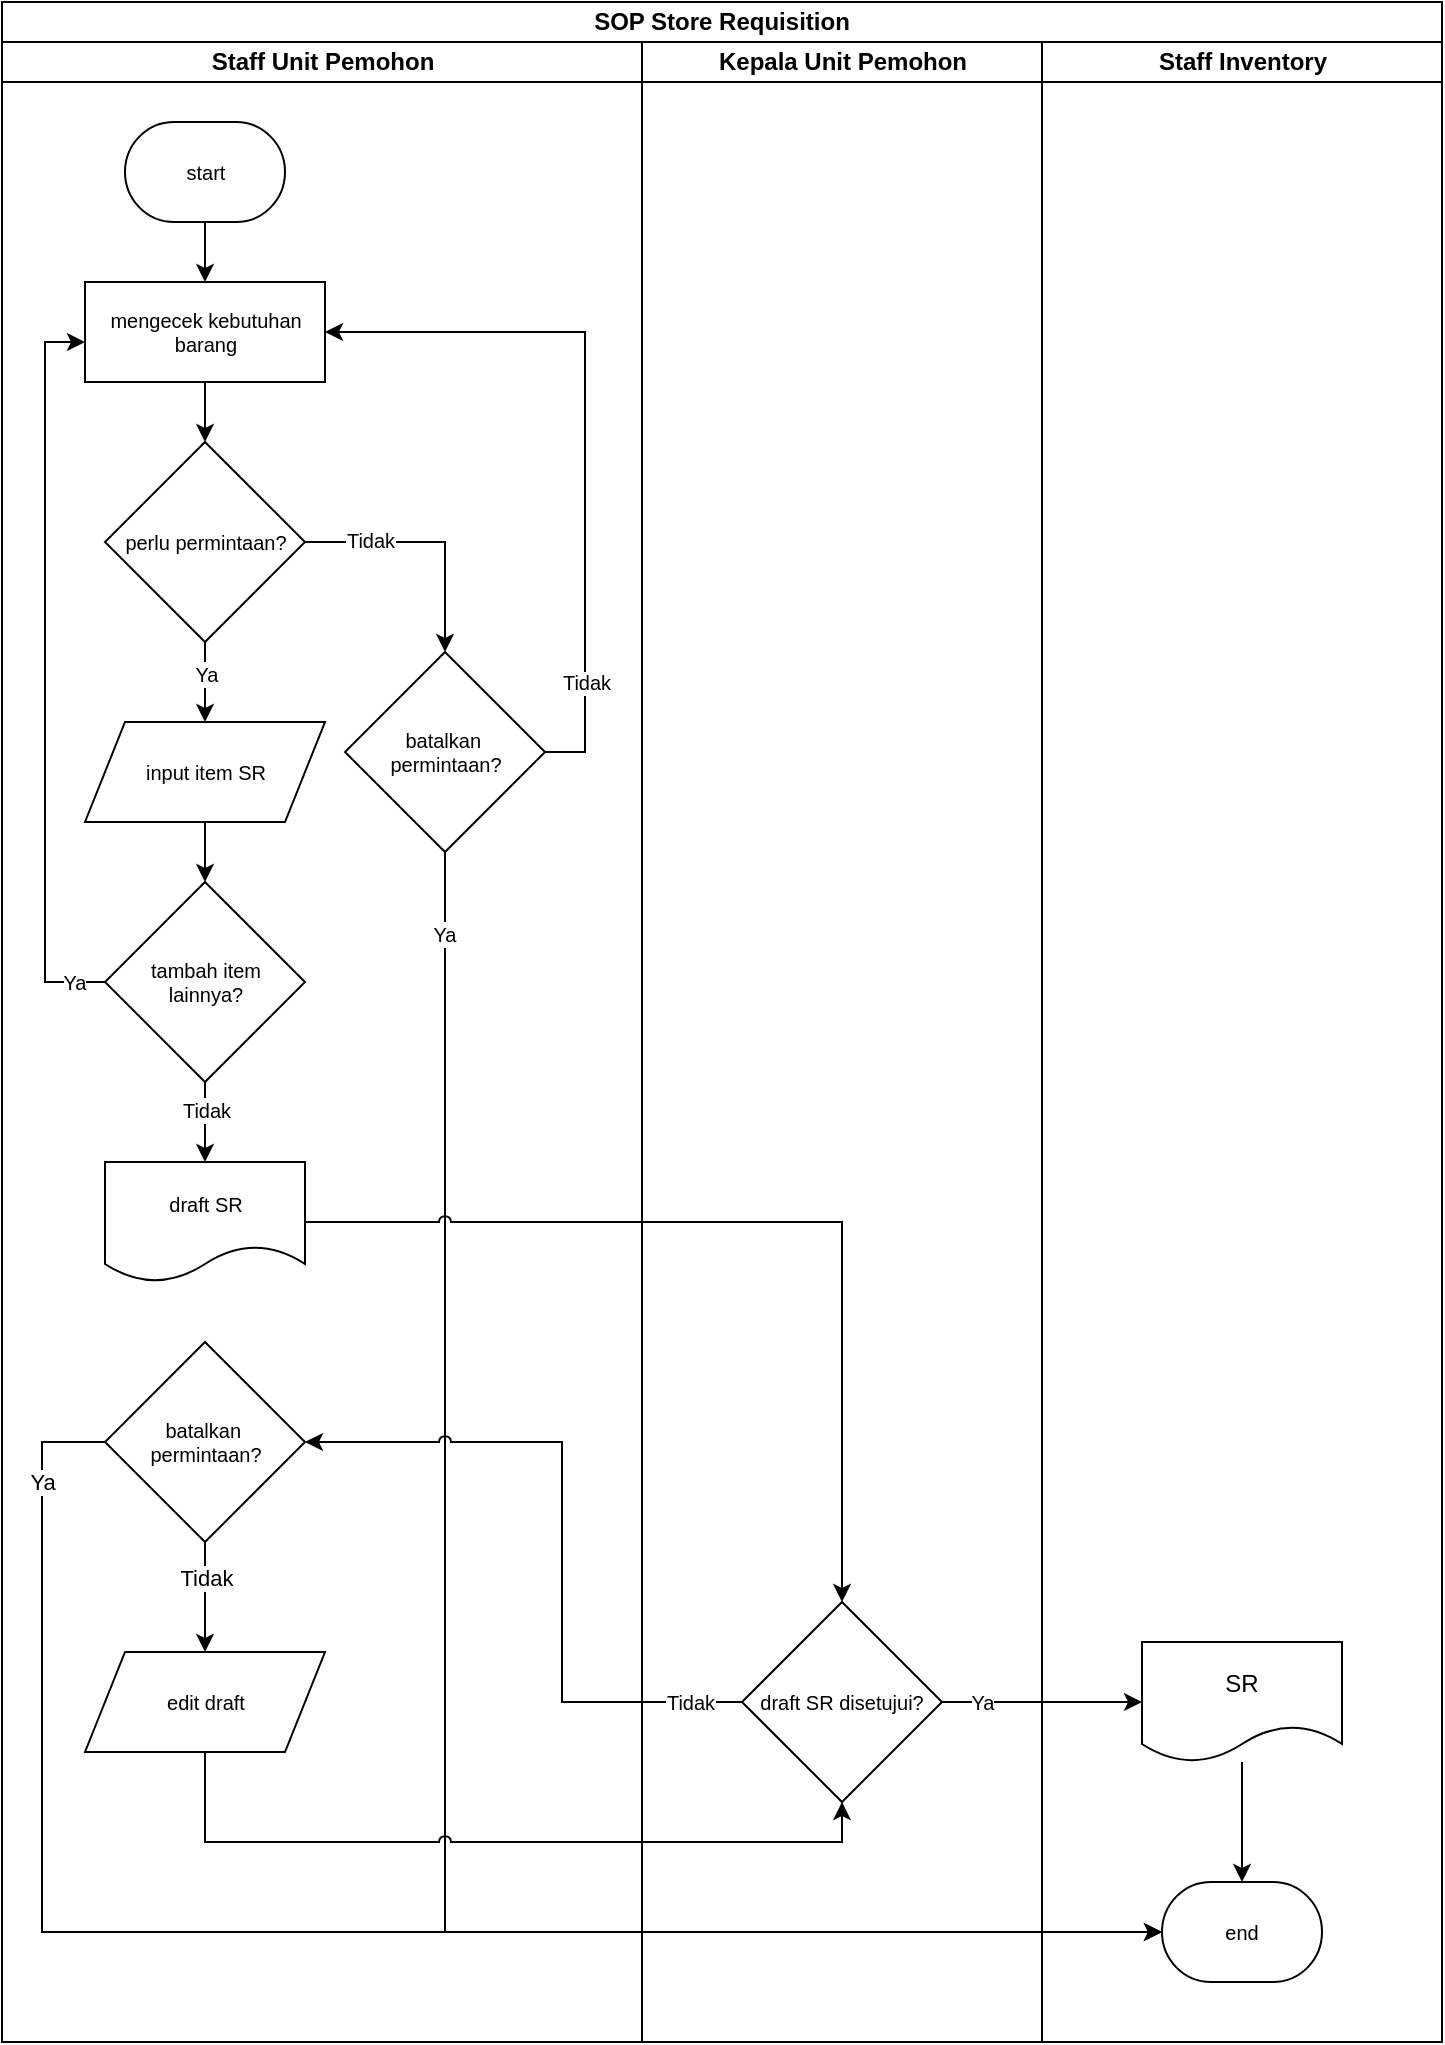
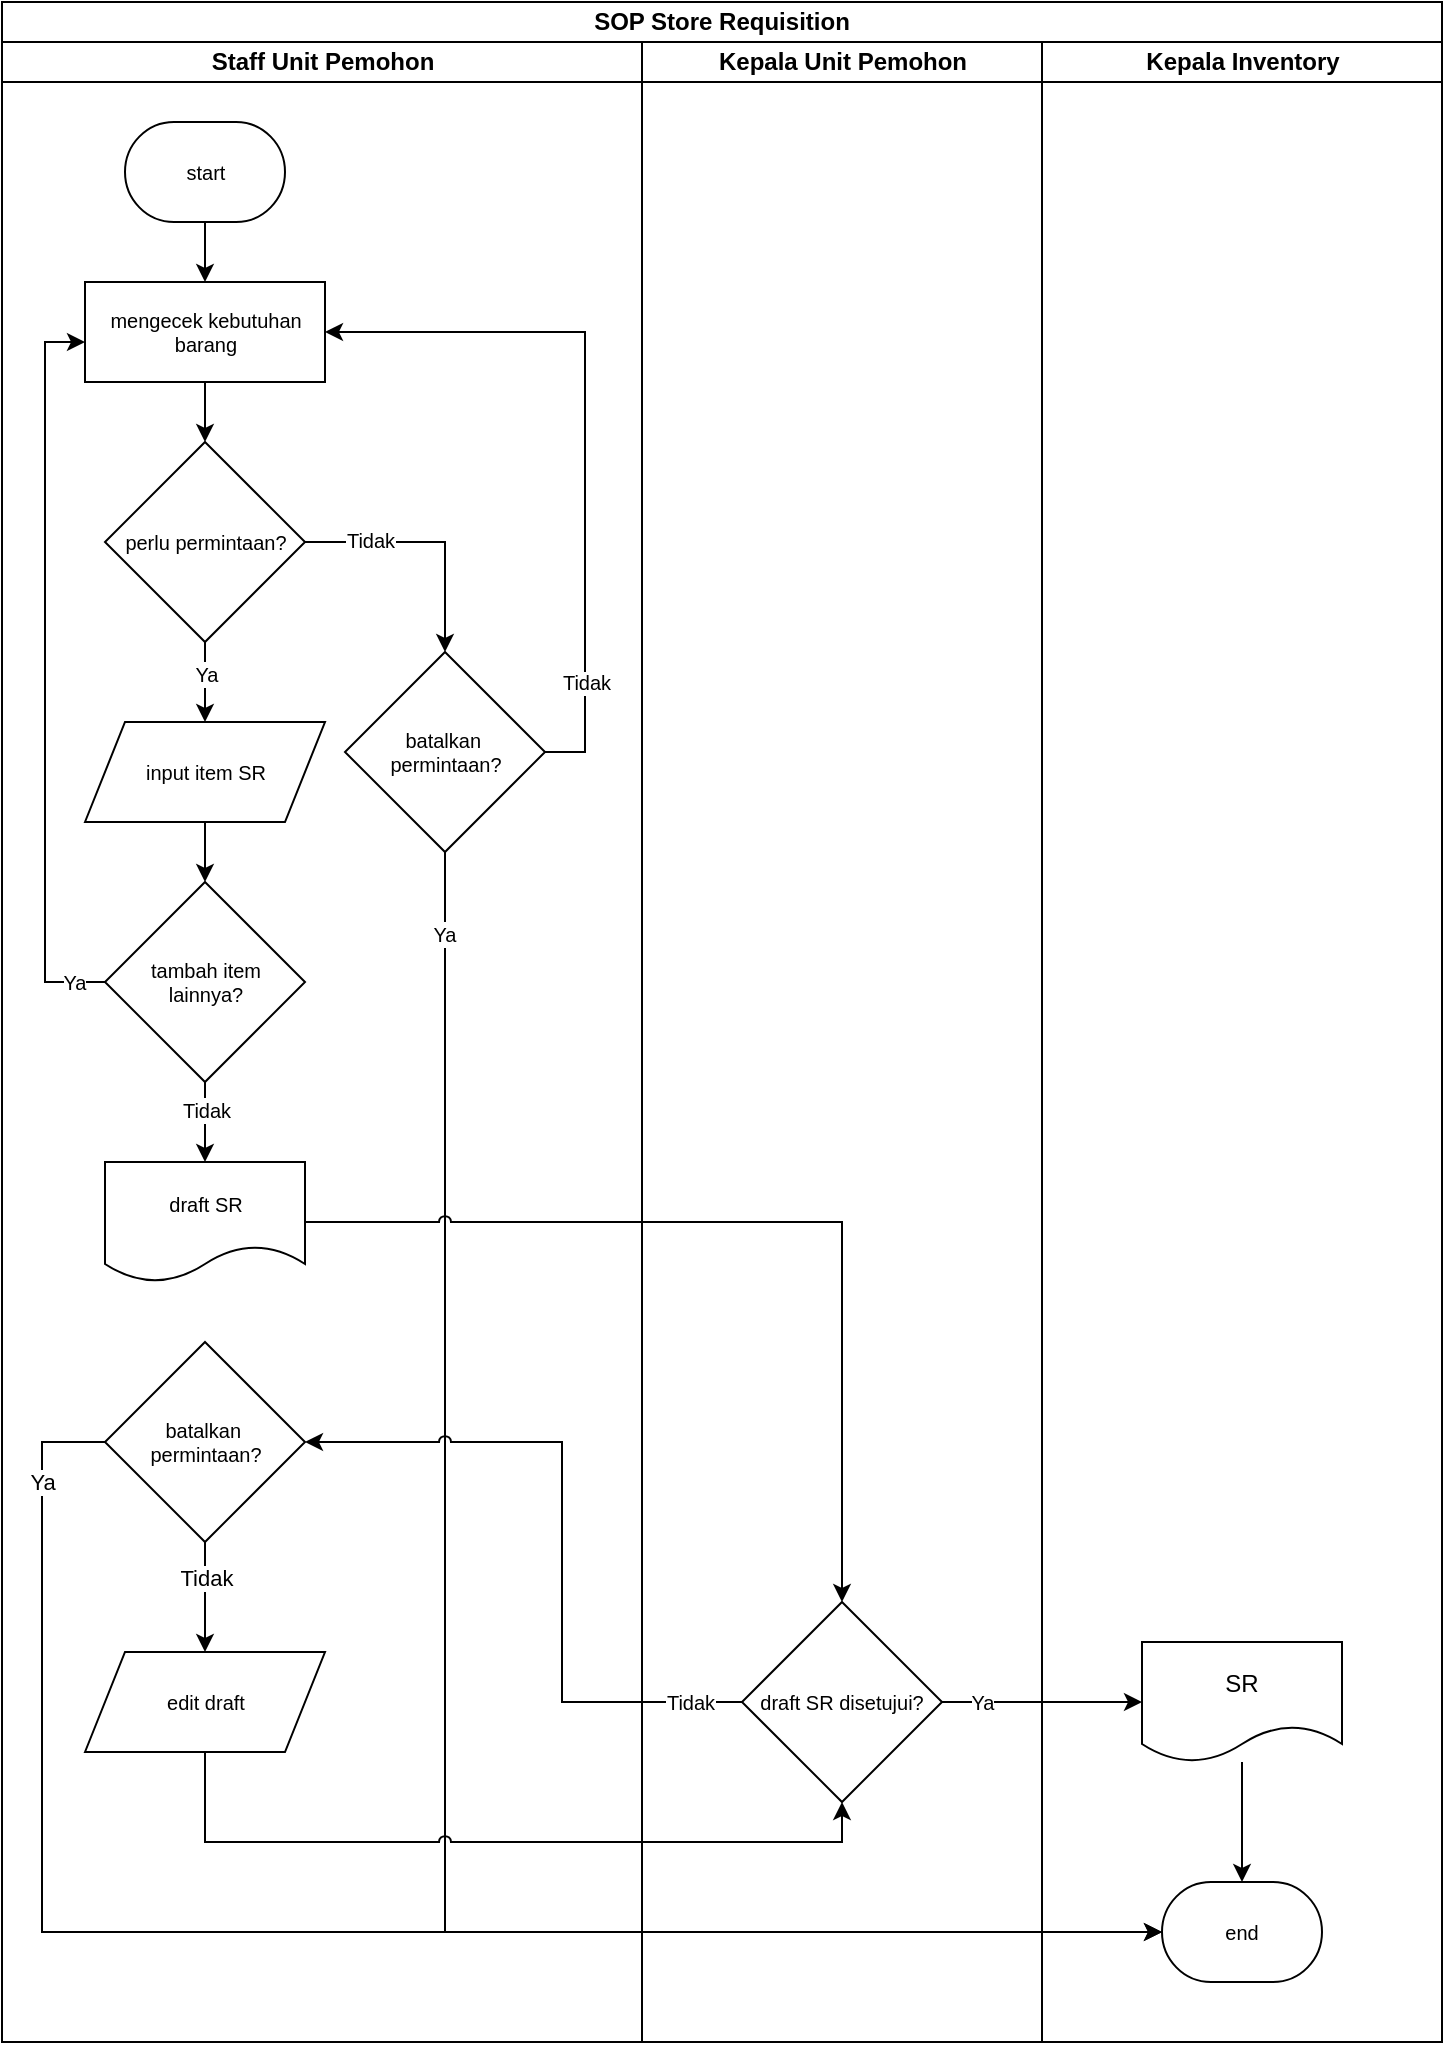
<mxfile host="app.diagrams.net" pages="3">
  <diagram name="SOP SR" id="mYAdajV0IufZudDyt58S">
-     <mxGraphModel dx="1775" dy="1000" grid="1" gridSize="10" guides="1" tooltips="1" connect="1" arrows="1" fold="1" page="1" pageScale="1" pageWidth="850" pageHeight="1100" math="0" shadow="0">
+     <mxGraphModel dx="592" dy="333" grid="1" gridSize="10" guides="1" tooltips="1" connect="1" arrows="1" fold="1" page="1" pageScale="1" pageWidth="850" pageHeight="1100" math="0" shadow="0">
      <root>
        <mxCell id="ewqPmyVIHkz6pLOVAfYW-0" />
        <mxCell id="ewqPmyVIHkz6pLOVAfYW-1" parent="ewqPmyVIHkz6pLOVAfYW-0" />
        <mxCell id="ewqPmyVIHkz6pLOVAfYW-2" parent="ewqPmyVIHkz6pLOVAfYW-1" style="swimlane;html=1;childLayout=stackLayout;resizeParent=1;resizeParentMax=0;startSize=20;whiteSpace=wrap;" value="SOP Store Requisition" vertex="1">
          <mxGeometry height="1020" width="720" x="600" y="330" as="geometry">
            <mxRectangle height="30" width="210" x="140" y="110" as="alternateBounds" />
          </mxGeometry>
        </mxCell>
        <mxCell id="ewqPmyVIHkz6pLOVAfYW-3" parent="ewqPmyVIHkz6pLOVAfYW-2" style="swimlane;html=1;startSize=20;" value="Staff Unit Pemohon" vertex="1">
          <mxGeometry height="1000" width="320" y="20" as="geometry" />
        </mxCell>
        <mxCell id="ewqPmyVIHkz6pLOVAfYW-4" parent="ewqPmyVIHkz6pLOVAfYW-3" style="strokeWidth=1;html=1;shape=mxgraph.flowchart.terminator;whiteSpace=wrap;fontSize=10;align=center;horizontal=1;spacing=0;" value="start" vertex="1">
          <mxGeometry height="50" width="80" x="61.5" y="40" as="geometry" />
        </mxCell>
        <mxCell id="ewqPmyVIHkz6pLOVAfYW-5" parent="ewqPmyVIHkz6pLOVAfYW-3" style="rounded=0;whiteSpace=wrap;html=1;absoluteArcSize=1;arcSize=7;strokeWidth=1;fontSize=10;" value="mengecek kebutuhan barang" vertex="1">
          <mxGeometry height="50" width="120" x="41.5" y="120" as="geometry" />
        </mxCell>
        <mxCell id="ewqPmyVIHkz6pLOVAfYW-6" edge="1" parent="ewqPmyVIHkz6pLOVAfYW-3" source="ewqPmyVIHkz6pLOVAfYW-5" style="edgeStyle=orthogonalEdgeStyle;rounded=0;orthogonalLoop=1;jettySize=auto;html=1;" value="">
          <mxGeometry relative="1" as="geometry">
            <mxPoint x="101.5" y="200" as="targetPoint" />
          </mxGeometry>
        </mxCell>
        <mxCell id="ewqPmyVIHkz6pLOVAfYW-7" edge="1" parent="ewqPmyVIHkz6pLOVAfYW-3" source="ewqPmyVIHkz6pLOVAfYW-4" style="edgeStyle=orthogonalEdgeStyle;rounded=0;orthogonalLoop=1;jettySize=auto;html=1;" target="ewqPmyVIHkz6pLOVAfYW-5" value="">
          <mxGeometry relative="1" as="geometry" />
        </mxCell>
        <mxCell id="ewqPmyVIHkz6pLOVAfYW-8" edge="1" parent="ewqPmyVIHkz6pLOVAfYW-3" source="ewqPmyVIHkz6pLOVAfYW-9" style="edgeStyle=orthogonalEdgeStyle;rounded=0;orthogonalLoop=1;jettySize=auto;html=1;entryX=0.5;entryY=0;entryDx=0;entryDy=0;" target="ewqPmyVIHkz6pLOVAfYW-14" value="">
          <mxGeometry relative="1" as="geometry">
            <mxPoint x="101.52564102564111" y="330" as="targetPoint" />
          </mxGeometry>
        </mxCell>
        <mxCell id="OhGSODvtPTQOCyl8h_7D-8" connectable="0" parent="ewqPmyVIHkz6pLOVAfYW-8" style="edgeLabel;html=1;align=center;verticalAlign=middle;resizable=0;points=[];" value="&lt;font style=&quot;font-size: 10px;&quot;&gt;Ya&lt;/font&gt;" vertex="1">
          <mxGeometry relative="1" x="-0.6444" y="-1" as="geometry">
            <mxPoint x="1" y="9" as="offset" />
          </mxGeometry>
        </mxCell>
        <mxCell id="ewqPmyVIHkz6pLOVAfYW-9" parent="ewqPmyVIHkz6pLOVAfYW-3" style="rhombus;whiteSpace=wrap;html=1;fontSize=10;" value="perlu permintaan?" vertex="1">
          <mxGeometry height="100" width="100" x="51.5" y="200" as="geometry" />
        </mxCell>
        <mxCell id="ewqPmyVIHkz6pLOVAfYW-10" edge="1" parent="ewqPmyVIHkz6pLOVAfYW-3" source="ewqPmyVIHkz6pLOVAfYW-14" style="edgeStyle=orthogonalEdgeStyle;rounded=0;orthogonalLoop=1;jettySize=auto;html=1;" target="ewqPmyVIHkz6pLOVAfYW-13" value="">
          <mxGeometry relative="1" as="geometry">
            <Array as="points" />
            <mxPoint x="101.5" y="380" as="sourcePoint" />
          </mxGeometry>
        </mxCell>
        <mxCell id="ewqPmyVIHkz6pLOVAfYW-11" edge="1" parent="ewqPmyVIHkz6pLOVAfYW-3" source="ewqPmyVIHkz6pLOVAfYW-13" style="edgeStyle=orthogonalEdgeStyle;rounded=0;orthogonalLoop=1;jettySize=auto;html=1;" target="ewqPmyVIHkz6pLOVAfYW-5">
          <mxGeometry relative="1" as="geometry">
            <Array as="points">
              <mxPoint x="21.5" y="470" />
              <mxPoint x="21.5" y="150" />
            </Array>
            <mxPoint x="101.5" y="110" as="targetPoint" />
          </mxGeometry>
        </mxCell>
        <mxCell id="OhGSODvtPTQOCyl8h_7D-11" connectable="0" parent="ewqPmyVIHkz6pLOVAfYW-11" style="edgeLabel;html=1;align=center;verticalAlign=middle;resizable=0;points=[];" value="&lt;font style=&quot;font-size: 10px;&quot;&gt;Ya&lt;/font&gt;" vertex="1">
          <mxGeometry relative="1" x="-0.913" as="geometry">
            <mxPoint as="offset" />
          </mxGeometry>
        </mxCell>
        <mxCell id="ewqPmyVIHkz6pLOVAfYW-12" edge="1" parent="ewqPmyVIHkz6pLOVAfYW-3" source="ewqPmyVIHkz6pLOVAfYW-13" style="edgeStyle=orthogonalEdgeStyle;rounded=0;orthogonalLoop=1;jettySize=auto;html=1;entryX=0.5;entryY=0;entryDx=0;entryDy=0;" target="ewqPmyVIHkz6pLOVAfYW-15" value="">
          <mxGeometry relative="1" as="geometry">
            <mxPoint x="101.5" y="550" as="targetPoint" />
          </mxGeometry>
        </mxCell>
        <mxCell id="OhGSODvtPTQOCyl8h_7D-13" connectable="0" parent="ewqPmyVIHkz6pLOVAfYW-12" style="edgeLabel;html=1;align=center;verticalAlign=middle;resizable=0;points=[];" value="&lt;font style=&quot;font-size: 10px;&quot;&gt;Tidak&lt;/font&gt;" vertex="1">
          <mxGeometry relative="1" x="-0.49" y="-1" as="geometry">
            <mxPoint x="1" y="4" as="offset" />
          </mxGeometry>
        </mxCell>
        <mxCell id="ewqPmyVIHkz6pLOVAfYW-13" parent="ewqPmyVIHkz6pLOVAfYW-3" style="rhombus;whiteSpace=wrap;html=1;fontSize=10;" value="tambah item&lt;div&gt;lainnya?&lt;/div&gt;" vertex="1">
          <mxGeometry height="100" width="100" x="51.5" y="420" as="geometry" />
        </mxCell>
        <mxCell id="ewqPmyVIHkz6pLOVAfYW-14" parent="ewqPmyVIHkz6pLOVAfYW-3" style="shape=parallelogram;perimeter=parallelogramPerimeter;whiteSpace=wrap;html=1;fixedSize=1;" value="&lt;div style=&quot;&quot;&gt;&lt;span style=&quot;font-size: 10px;&quot;&gt;input item SR&lt;/span&gt;&lt;/div&gt;" vertex="1">
          <mxGeometry height="50" width="120" x="41.5" y="340" as="geometry" />
        </mxCell>
        <mxCell id="ewqPmyVIHkz6pLOVAfYW-15" parent="ewqPmyVIHkz6pLOVAfYW-3" style="shape=document;whiteSpace=wrap;html=1;boundedLbl=1;" value="&lt;font style=&quot;font-size: 10px;&quot;&gt;draft SR&lt;/font&gt;" vertex="1">
          <mxGeometry height="60" width="100" x="51.5" y="560" as="geometry" />
        </mxCell>
        <mxCell id="ewqPmyVIHkz6pLOVAfYW-18" edge="1" parent="ewqPmyVIHkz6pLOVAfYW-3" source="ewqPmyVIHkz6pLOVAfYW-9" style="edgeStyle=orthogonalEdgeStyle;rounded=0;orthogonalLoop=1;jettySize=auto;html=1;" target="ewqPmyVIHkz6pLOVAfYW-20">
          <mxGeometry relative="1" as="geometry">
            <Array as="points">
              <mxPoint x="221.5" y="250" />
            </Array>
          </mxGeometry>
        </mxCell>
        <mxCell id="OhGSODvtPTQOCyl8h_7D-7" connectable="0" parent="ewqPmyVIHkz6pLOVAfYW-18" style="edgeLabel;html=1;align=center;verticalAlign=middle;resizable=0;points=[];" value="&lt;span style=&quot;font-size: 10px; white-space: normal;&quot;&gt;Tidak&lt;/span&gt;" vertex="1">
          <mxGeometry relative="1" x="-0.4896" y="1" as="geometry">
            <mxPoint as="offset" />
          </mxGeometry>
        </mxCell>
        <mxCell id="ewqPmyVIHkz6pLOVAfYW-19" edge="1" parent="ewqPmyVIHkz6pLOVAfYW-3" source="ewqPmyVIHkz6pLOVAfYW-20" style="edgeStyle=orthogonalEdgeStyle;rounded=0;orthogonalLoop=1;jettySize=auto;html=1;" target="ewqPmyVIHkz6pLOVAfYW-5">
          <mxGeometry relative="1" as="geometry">
            <Array as="points">
              <mxPoint x="291.5" y="355" />
              <mxPoint x="291.5" y="145" />
            </Array>
          </mxGeometry>
        </mxCell>
        <mxCell id="OhGSODvtPTQOCyl8h_7D-6" connectable="0" parent="ewqPmyVIHkz6pLOVAfYW-19" style="edgeLabel;html=1;align=center;verticalAlign=middle;resizable=0;points=[];fontSize=10;" value="Tidak" vertex="1">
          <mxGeometry relative="1" x="-0.5585" as="geometry">
            <mxPoint y="24" as="offset" />
          </mxGeometry>
        </mxCell>
        <mxCell id="ewqPmyVIHkz6pLOVAfYW-20" parent="ewqPmyVIHkz6pLOVAfYW-3" style="rhombus;whiteSpace=wrap;html=1;fontSize=10;" value="batalkan&amp;nbsp;&lt;div&gt;permintaan?&lt;/div&gt;" vertex="1">
          <mxGeometry height="100" width="100" x="171.5" y="305" as="geometry" />
        </mxCell>
        <mxCell id="OhGSODvtPTQOCyl8h_7D-17" edge="1" parent="ewqPmyVIHkz6pLOVAfYW-3" source="OhGSODvtPTQOCyl8h_7D-0" style="edgeStyle=orthogonalEdgeStyle;rounded=0;orthogonalLoop=1;jettySize=auto;html=1;entryX=0.5;entryY=0;entryDx=0;entryDy=0;" target="ewqPmyVIHkz6pLOVAfYW-17">
          <mxGeometry relative="1" as="geometry" />
        </mxCell>
        <mxCell id="OhGSODvtPTQOCyl8h_7D-18" connectable="0" parent="OhGSODvtPTQOCyl8h_7D-17" style="edgeLabel;html=1;align=center;verticalAlign=middle;resizable=0;points=[];" value="Tidak" vertex="1">
          <mxGeometry relative="1" x="-0.3527" as="geometry">
            <mxPoint as="offset" />
          </mxGeometry>
        </mxCell>
        <mxCell id="OhGSODvtPTQOCyl8h_7D-0" parent="ewqPmyVIHkz6pLOVAfYW-3" style="rhombus;whiteSpace=wrap;html=1;fontSize=10;" value="batalkan&amp;nbsp;&lt;div&gt;permintaan?&lt;/div&gt;" vertex="1">
          <mxGeometry height="100" width="100" x="51.5" y="650" as="geometry" />
        </mxCell>
        <mxCell id="ewqPmyVIHkz6pLOVAfYW-17" parent="ewqPmyVIHkz6pLOVAfYW-3" style="shape=parallelogram;perimeter=parallelogramPerimeter;whiteSpace=wrap;html=1;fixedSize=1;" value="&lt;span style=&quot;font-size: 10px;&quot;&gt;edit draft&lt;/span&gt;" vertex="1">
          <mxGeometry height="50" width="120" x="41.5" y="805" as="geometry" />
        </mxCell>
        <mxCell id="ewqPmyVIHkz6pLOVAfYW-27" parent="ewqPmyVIHkz6pLOVAfYW-2" style="swimlane;html=1;startSize=20;" value="Kepala Unit Pemohon" vertex="1">
          <mxGeometry height="1000" width="200" x="320" y="20" as="geometry" />
        </mxCell>
-         <mxCell id="ewqPmyVIHkz6pLOVAfYW-31" parent="ewqPmyVIHkz6pLOVAfYW-2" style="swimlane;html=1;startSize=20;" value="Staff Inventory" vertex="1">
+         <mxCell id="ewqPmyVIHkz6pLOVAfYW-31" parent="ewqPmyVIHkz6pLOVAfYW-2" style="swimlane;html=1;startSize=20;" value="Kepala Inventory" vertex="1">
          <mxGeometry height="1000" width="200" x="520" y="20" as="geometry">
            <mxRectangle height="810" width="40" x="490" y="20" as="alternateBounds" />
          </mxGeometry>
        </mxCell>
        <mxCell id="ewqPmyVIHkz6pLOVAfYW-28" parent="ewqPmyVIHkz6pLOVAfYW-31" style="rhombus;whiteSpace=wrap;html=1;fontSize=10;" value="draft SR disetujui?" vertex="1">
          <mxGeometry height="100" width="100" x="-150" y="780" as="geometry" />
        </mxCell>
        <mxCell id="ewqPmyVIHkz6pLOVAfYW-32" edge="1" parent="ewqPmyVIHkz6pLOVAfYW-31" source="ewqPmyVIHkz6pLOVAfYW-33" style="edgeStyle=orthogonalEdgeStyle;rounded=0;orthogonalLoop=1;jettySize=auto;html=1;" target="ewqPmyVIHkz6pLOVAfYW-34" value="">
          <mxGeometry relative="1" as="geometry" />
        </mxCell>
        <mxCell id="ewqPmyVIHkz6pLOVAfYW-33" parent="ewqPmyVIHkz6pLOVAfYW-31" style="shape=document;whiteSpace=wrap;html=1;boundedLbl=1;" value="SR" vertex="1">
          <mxGeometry height="60" width="100" x="50" y="800" as="geometry" />
        </mxCell>
        <mxCell id="ewqPmyVIHkz6pLOVAfYW-34" parent="ewqPmyVIHkz6pLOVAfYW-31" style="strokeWidth=1;html=1;shape=mxgraph.flowchart.terminator;whiteSpace=wrap;fontSize=10;align=center;horizontal=1;spacing=0;" value="end" vertex="1">
          <mxGeometry height="50" width="80" x="60" y="920" as="geometry" />
        </mxCell>
        <mxCell id="ewqPmyVIHkz6pLOVAfYW-36" edge="1" parent="ewqPmyVIHkz6pLOVAfYW-31" source="ewqPmyVIHkz6pLOVAfYW-28" style="edgeStyle=orthogonalEdgeStyle;rounded=0;orthogonalLoop=1;jettySize=auto;html=1;" target="ewqPmyVIHkz6pLOVAfYW-33" value="">
          <mxGeometry relative="1" as="geometry" />
        </mxCell>
        <mxCell id="OhGSODvtPTQOCyl8h_7D-15" connectable="0" parent="ewqPmyVIHkz6pLOVAfYW-36" style="edgeLabel;html=1;align=center;verticalAlign=middle;resizable=0;points=[];" value="&lt;font style=&quot;font-size: 10px;&quot;&gt;Ya&lt;/font&gt;" vertex="1">
          <mxGeometry relative="1" x="-0.479" y="1" as="geometry">
            <mxPoint x="-6" y="1" as="offset" />
          </mxGeometry>
        </mxCell>
        <mxCell id="ewqPmyVIHkz6pLOVAfYW-38" edge="1" parent="ewqPmyVIHkz6pLOVAfYW-2" source="ewqPmyVIHkz6pLOVAfYW-20" style="edgeStyle=orthogonalEdgeStyle;rounded=0;orthogonalLoop=1;jettySize=auto;html=1;jumpStyle=arc;" target="ewqPmyVIHkz6pLOVAfYW-34">
          <mxGeometry relative="1" as="geometry">
            <Array as="points">
              <mxPoint x="222" y="965" />
            </Array>
          </mxGeometry>
        </mxCell>
        <mxCell id="OhGSODvtPTQOCyl8h_7D-10" connectable="0" parent="ewqPmyVIHkz6pLOVAfYW-38" style="edgeLabel;html=1;align=center;verticalAlign=middle;resizable=0;points=[];" value="&lt;font style=&quot;font-size: 10px;&quot;&gt;Ya&lt;/font&gt;" vertex="1">
          <mxGeometry relative="1" x="-0.9101" y="-1" as="geometry">
            <mxPoint as="offset" />
          </mxGeometry>
        </mxCell>
        <mxCell id="OhGSODvtPTQOCyl8h_7D-1" edge="1" parent="ewqPmyVIHkz6pLOVAfYW-2" source="OhGSODvtPTQOCyl8h_7D-0" style="edgeStyle=orthogonalEdgeStyle;rounded=0;orthogonalLoop=1;jettySize=auto;html=1;entryX=0;entryY=0.5;entryDx=0;entryDy=0;entryPerimeter=0;jumpStyle=arc;" target="ewqPmyVIHkz6pLOVAfYW-34">
          <mxGeometry relative="1" as="geometry">
            <Array as="points">
              <mxPoint x="20" y="720" />
              <mxPoint x="20" y="965" />
            </Array>
          </mxGeometry>
        </mxCell>
        <mxCell id="OhGSODvtPTQOCyl8h_7D-2" connectable="0" parent="OhGSODvtPTQOCyl8h_7D-1" style="edgeLabel;html=1;align=center;verticalAlign=middle;resizable=0;points=[];" value="Ya" vertex="1">
          <mxGeometry relative="1" x="-0.9591" y="-1" as="geometry">
            <mxPoint x="-15" y="21" as="offset" />
          </mxGeometry>
        </mxCell>
        <mxCell id="ewqPmyVIHkz6pLOVAfYW-37" edge="1" parent="ewqPmyVIHkz6pLOVAfYW-2" source="ewqPmyVIHkz6pLOVAfYW-28" style="edgeStyle=orthogonalEdgeStyle;rounded=0;orthogonalLoop=1;jettySize=auto;html=1;jumpStyle=arc;entryX=1;entryY=0.5;entryDx=0;entryDy=0;" target="OhGSODvtPTQOCyl8h_7D-0">
          <mxGeometry relative="1" as="geometry">
            <Array as="points">
              <mxPoint x="280" y="850" />
              <mxPoint x="280" y="720" />
            </Array>
            <mxPoint x="260" y="770" as="targetPoint" />
          </mxGeometry>
        </mxCell>
        <mxCell id="OhGSODvtPTQOCyl8h_7D-14" connectable="0" parent="ewqPmyVIHkz6pLOVAfYW-37" style="edgeLabel;html=1;align=center;verticalAlign=middle;resizable=0;points=[];" value="&lt;font style=&quot;font-size: 10px;&quot;&gt;Tidak&lt;/font&gt;" vertex="1">
          <mxGeometry relative="1" x="-0.7459" as="geometry">
            <mxPoint x="18" as="offset" />
          </mxGeometry>
        </mxCell>
        <mxCell id="OhGSODvtPTQOCyl8h_7D-16" edge="1" parent="ewqPmyVIHkz6pLOVAfYW-2" source="ewqPmyVIHkz6pLOVAfYW-15" style="edgeStyle=orthogonalEdgeStyle;rounded=0;orthogonalLoop=1;jettySize=auto;html=1;entryX=0.5;entryY=0;entryDx=0;entryDy=0;jumpStyle=arc;" target="ewqPmyVIHkz6pLOVAfYW-28">
          <mxGeometry relative="1" as="geometry" />
        </mxCell>
        <mxCell id="OhGSODvtPTQOCyl8h_7D-19" edge="1" parent="ewqPmyVIHkz6pLOVAfYW-2" source="ewqPmyVIHkz6pLOVAfYW-17" style="edgeStyle=orthogonalEdgeStyle;rounded=0;orthogonalLoop=1;jettySize=auto;html=1;entryX=0.5;entryY=1;entryDx=0;entryDy=0;jumpStyle=arc;" target="ewqPmyVIHkz6pLOVAfYW-28">
          <mxGeometry relative="1" as="geometry">
            <Array as="points">
              <mxPoint x="102" y="920" />
              <mxPoint x="420" y="920" />
            </Array>
          </mxGeometry>
        </mxCell>
      </root>
    </mxGraphModel>
  </diagram>
  <diagram id="iY6tvMLdhy0T95_MDdYN" name="SOP DR">
    <mxGraphModel dx="1148" dy="647" grid="1" gridSize="10" guides="1" tooltips="1" connect="1" arrows="1" fold="1" page="1" pageScale="1" pageWidth="850" pageHeight="1100" math="0" shadow="0">
      <root>
        <mxCell id="0" />
        <mxCell id="1" parent="0" />
        <mxCell id="5M5MrZl71IJUrKHyCWEb-1" parent="1" style="swimlane;html=1;childLayout=stackLayout;resizeParent=1;resizeParentMax=0;startSize=20;whiteSpace=wrap;" value="SOP Delivery Requisition" vertex="1">
          <mxGeometry height="1020" width="720" x="320" y="290" as="geometry">
            <mxRectangle height="30" width="210" x="140" y="110" as="alternateBounds" />
          </mxGeometry>
        </mxCell>
        <mxCell id="5M5MrZl71IJUrKHyCWEb-2" parent="5M5MrZl71IJUrKHyCWEb-1" style="swimlane;html=1;startSize=20;" value="Staff Unit Pemohon" vertex="1">
          <mxGeometry height="1000" width="320" y="20" as="geometry" />
        </mxCell>
        <mxCell id="5M5MrZl71IJUrKHyCWEb-3" parent="5M5MrZl71IJUrKHyCWEb-2" style="strokeWidth=1;html=1;shape=mxgraph.flowchart.terminator;whiteSpace=wrap;fontSize=10;align=center;horizontal=1;spacing=0;" value="start" vertex="1">
          <mxGeometry height="50" width="80" x="61.5" y="40" as="geometry" />
        </mxCell>
        <mxCell id="5M5MrZl71IJUrKHyCWEb-4" parent="5M5MrZl71IJUrKHyCWEb-2" style="rounded=0;whiteSpace=wrap;html=1;absoluteArcSize=1;arcSize=7;strokeWidth=1;fontSize=10;" value="mengecek kebutuhan barang" vertex="1">
          <mxGeometry height="50" width="120" x="41.5" y="120" as="geometry" />
        </mxCell>
        <mxCell id="5M5MrZl71IJUrKHyCWEb-5" edge="1" parent="5M5MrZl71IJUrKHyCWEb-2" source="5M5MrZl71IJUrKHyCWEb-4" style="edgeStyle=orthogonalEdgeStyle;rounded=0;orthogonalLoop=1;jettySize=auto;html=1;" value="">
          <mxGeometry relative="1" as="geometry">
            <mxPoint x="101.5" y="200" as="targetPoint" />
          </mxGeometry>
        </mxCell>
        <mxCell id="5M5MrZl71IJUrKHyCWEb-6" edge="1" parent="5M5MrZl71IJUrKHyCWEb-2" source="5M5MrZl71IJUrKHyCWEb-3" style="edgeStyle=orthogonalEdgeStyle;rounded=0;orthogonalLoop=1;jettySize=auto;html=1;" target="5M5MrZl71IJUrKHyCWEb-4" value="">
          <mxGeometry relative="1" as="geometry" />
        </mxCell>
        <mxCell id="5M5MrZl71IJUrKHyCWEb-7" edge="1" parent="5M5MrZl71IJUrKHyCWEb-2" source="5M5MrZl71IJUrKHyCWEb-9" style="edgeStyle=orthogonalEdgeStyle;rounded=0;orthogonalLoop=1;jettySize=auto;html=1;entryX=0.5;entryY=0;entryDx=0;entryDy=0;" target="5M5MrZl71IJUrKHyCWEb-16" value="">
          <mxGeometry relative="1" as="geometry">
            <mxPoint x="101.52564102564111" y="330" as="targetPoint" />
          </mxGeometry>
        </mxCell>
        <mxCell id="5M5MrZl71IJUrKHyCWEb-8" connectable="0" parent="5M5MrZl71IJUrKHyCWEb-7" style="edgeLabel;html=1;align=center;verticalAlign=middle;resizable=0;points=[];" value="&lt;font style=&quot;font-size: 10px;&quot;&gt;Ya&lt;/font&gt;" vertex="1">
          <mxGeometry relative="1" x="-0.6444" y="-1" as="geometry">
            <mxPoint x="1" y="9" as="offset" />
          </mxGeometry>
        </mxCell>
        <mxCell id="5M5MrZl71IJUrKHyCWEb-9" parent="5M5MrZl71IJUrKHyCWEb-2" style="rhombus;whiteSpace=wrap;html=1;fontSize=10;" value="perlu permintaan?" vertex="1">
          <mxGeometry height="100" width="100" x="51.5" y="200" as="geometry" />
        </mxCell>
        <mxCell id="5M5MrZl71IJUrKHyCWEb-10" edge="1" parent="5M5MrZl71IJUrKHyCWEb-2" source="5M5MrZl71IJUrKHyCWEb-16" style="edgeStyle=orthogonalEdgeStyle;rounded=0;orthogonalLoop=1;jettySize=auto;html=1;" target="5M5MrZl71IJUrKHyCWEb-15" value="">
          <mxGeometry relative="1" as="geometry">
            <Array as="points" />
            <mxPoint x="101.5" y="380" as="sourcePoint" />
          </mxGeometry>
        </mxCell>
        <mxCell id="5M5MrZl71IJUrKHyCWEb-11" edge="1" parent="5M5MrZl71IJUrKHyCWEb-2" source="5M5MrZl71IJUrKHyCWEb-15" style="edgeStyle=orthogonalEdgeStyle;rounded=0;orthogonalLoop=1;jettySize=auto;html=1;" target="5M5MrZl71IJUrKHyCWEb-4">
          <mxGeometry relative="1" as="geometry">
            <Array as="points">
              <mxPoint x="21.5" y="470" />
              <mxPoint x="21.5" y="150" />
            </Array>
            <mxPoint x="101.5" y="110" as="targetPoint" />
          </mxGeometry>
        </mxCell>
        <mxCell id="5M5MrZl71IJUrKHyCWEb-12" connectable="0" parent="5M5MrZl71IJUrKHyCWEb-11" style="edgeLabel;html=1;align=center;verticalAlign=middle;resizable=0;points=[];" value="&lt;font style=&quot;font-size: 10px;&quot;&gt;Ya&lt;/font&gt;" vertex="1">
          <mxGeometry relative="1" x="-0.913" as="geometry">
            <mxPoint as="offset" />
          </mxGeometry>
        </mxCell>
        <mxCell id="5M5MrZl71IJUrKHyCWEb-13" edge="1" parent="5M5MrZl71IJUrKHyCWEb-2" source="5M5MrZl71IJUrKHyCWEb-15" style="edgeStyle=orthogonalEdgeStyle;rounded=0;orthogonalLoop=1;jettySize=auto;html=1;entryX=0.5;entryY=0;entryDx=0;entryDy=0;" target="5M5MrZl71IJUrKHyCWEb-17" value="">
          <mxGeometry relative="1" as="geometry">
            <mxPoint x="101.5" y="550" as="targetPoint" />
          </mxGeometry>
        </mxCell>
        <mxCell id="5M5MrZl71IJUrKHyCWEb-14" connectable="0" parent="5M5MrZl71IJUrKHyCWEb-13" style="edgeLabel;html=1;align=center;verticalAlign=middle;resizable=0;points=[];" value="&lt;font style=&quot;font-size: 10px;&quot;&gt;Tidak&lt;/font&gt;" vertex="1">
          <mxGeometry relative="1" x="-0.49" y="-1" as="geometry">
            <mxPoint x="1" y="4" as="offset" />
          </mxGeometry>
        </mxCell>
        <mxCell id="5M5MrZl71IJUrKHyCWEb-15" parent="5M5MrZl71IJUrKHyCWEb-2" style="rhombus;whiteSpace=wrap;html=1;fontSize=10;" value="tambah item&lt;div&gt;lainnya?&lt;/div&gt;" vertex="1">
          <mxGeometry height="100" width="100" x="51.5" y="420" as="geometry" />
        </mxCell>
        <mxCell id="5M5MrZl71IJUrKHyCWEb-16" parent="5M5MrZl71IJUrKHyCWEb-2" style="shape=parallelogram;perimeter=parallelogramPerimeter;whiteSpace=wrap;html=1;fixedSize=1;" value="&lt;div style=&quot;&quot;&gt;&lt;span style=&quot;font-size: 10px;&quot;&gt;input item SR&lt;/span&gt;&lt;/div&gt;" vertex="1">
          <mxGeometry height="50" width="120" x="41.5" y="340" as="geometry" />
        </mxCell>
        <mxCell id="5M5MrZl71IJUrKHyCWEb-17" parent="5M5MrZl71IJUrKHyCWEb-2" style="shape=document;whiteSpace=wrap;html=1;boundedLbl=1;" value="&lt;font style=&quot;font-size: 10px;&quot;&gt;draft SR&lt;/font&gt;" vertex="1">
          <mxGeometry height="60" width="100" x="51.5" y="560" as="geometry" />
        </mxCell>
        <mxCell id="5M5MrZl71IJUrKHyCWEb-18" edge="1" parent="5M5MrZl71IJUrKHyCWEb-2" source="5M5MrZl71IJUrKHyCWEb-9" style="edgeStyle=orthogonalEdgeStyle;rounded=0;orthogonalLoop=1;jettySize=auto;html=1;" target="5M5MrZl71IJUrKHyCWEb-22">
          <mxGeometry relative="1" as="geometry">
            <Array as="points">
              <mxPoint x="221.5" y="250" />
            </Array>
          </mxGeometry>
        </mxCell>
        <mxCell id="5M5MrZl71IJUrKHyCWEb-19" connectable="0" parent="5M5MrZl71IJUrKHyCWEb-18" style="edgeLabel;html=1;align=center;verticalAlign=middle;resizable=0;points=[];" value="&lt;span style=&quot;font-size: 10px; white-space: normal;&quot;&gt;Tidak&lt;/span&gt;" vertex="1">
          <mxGeometry relative="1" x="-0.4896" y="1" as="geometry">
            <mxPoint as="offset" />
          </mxGeometry>
        </mxCell>
        <mxCell id="5M5MrZl71IJUrKHyCWEb-20" edge="1" parent="5M5MrZl71IJUrKHyCWEb-2" source="5M5MrZl71IJUrKHyCWEb-22" style="edgeStyle=orthogonalEdgeStyle;rounded=0;orthogonalLoop=1;jettySize=auto;html=1;" target="5M5MrZl71IJUrKHyCWEb-4">
          <mxGeometry relative="1" as="geometry">
            <Array as="points">
              <mxPoint x="291.5" y="355" />
              <mxPoint x="291.5" y="145" />
            </Array>
          </mxGeometry>
        </mxCell>
        <mxCell id="5M5MrZl71IJUrKHyCWEb-21" connectable="0" parent="5M5MrZl71IJUrKHyCWEb-20" style="edgeLabel;html=1;align=center;verticalAlign=middle;resizable=0;points=[];fontSize=10;" value="Tidak" vertex="1">
          <mxGeometry relative="1" x="-0.5585" as="geometry">
            <mxPoint y="24" as="offset" />
          </mxGeometry>
        </mxCell>
        <mxCell id="5M5MrZl71IJUrKHyCWEb-22" parent="5M5MrZl71IJUrKHyCWEb-2" style="rhombus;whiteSpace=wrap;html=1;fontSize=10;" value="batalkan&amp;nbsp;&lt;div&gt;permintaan?&lt;/div&gt;" vertex="1">
          <mxGeometry height="100" width="100" x="171.5" y="305" as="geometry" />
        </mxCell>
        <mxCell id="5M5MrZl71IJUrKHyCWEb-23" edge="1" parent="5M5MrZl71IJUrKHyCWEb-2" source="5M5MrZl71IJUrKHyCWEb-25" style="edgeStyle=orthogonalEdgeStyle;rounded=0;orthogonalLoop=1;jettySize=auto;html=1;entryX=0.5;entryY=0;entryDx=0;entryDy=0;" target="5M5MrZl71IJUrKHyCWEb-26">
          <mxGeometry relative="1" as="geometry" />
        </mxCell>
        <mxCell id="5M5MrZl71IJUrKHyCWEb-24" connectable="0" parent="5M5MrZl71IJUrKHyCWEb-23" style="edgeLabel;html=1;align=center;verticalAlign=middle;resizable=0;points=[];" value="Tidak" vertex="1">
          <mxGeometry relative="1" x="-0.3527" as="geometry">
            <mxPoint as="offset" />
          </mxGeometry>
        </mxCell>
        <mxCell id="5M5MrZl71IJUrKHyCWEb-25" parent="5M5MrZl71IJUrKHyCWEb-2" style="rhombus;whiteSpace=wrap;html=1;fontSize=10;" value="batalkan&amp;nbsp;&lt;div&gt;permintaan?&lt;/div&gt;" vertex="1">
          <mxGeometry height="100" width="100" x="51.5" y="650" as="geometry" />
        </mxCell>
        <mxCell id="5M5MrZl71IJUrKHyCWEb-26" parent="5M5MrZl71IJUrKHyCWEb-2" style="shape=parallelogram;perimeter=parallelogramPerimeter;whiteSpace=wrap;html=1;fixedSize=1;" value="&lt;span style=&quot;font-size: 10px;&quot;&gt;edit draft&lt;/span&gt;" vertex="1">
          <mxGeometry height="50" width="120" x="41.5" y="805" as="geometry" />
        </mxCell>
        <mxCell id="5M5MrZl71IJUrKHyCWEb-27" parent="5M5MrZl71IJUrKHyCWEb-1" style="swimlane;html=1;startSize=20;" value="Kepala Unit Pemohon" vertex="1">
          <mxGeometry height="1000" width="200" x="320" y="20" as="geometry" />
        </mxCell>
        <mxCell id="5M5MrZl71IJUrKHyCWEb-28" parent="5M5MrZl71IJUrKHyCWEb-1" style="swimlane;html=1;startSize=20;" value="Staff Inventory" vertex="1">
          <mxGeometry height="1000" width="200" x="520" y="20" as="geometry">
            <mxRectangle height="810" width="40" x="490" y="20" as="alternateBounds" />
          </mxGeometry>
        </mxCell>
        <mxCell id="5M5MrZl71IJUrKHyCWEb-29" parent="5M5MrZl71IJUrKHyCWEb-28" style="rhombus;whiteSpace=wrap;html=1;fontSize=10;" value="draft SR disetujui?" vertex="1">
          <mxGeometry height="100" width="100" x="-150" y="780" as="geometry" />
        </mxCell>
        <mxCell id="5M5MrZl71IJUrKHyCWEb-30" edge="1" parent="5M5MrZl71IJUrKHyCWEb-28" source="5M5MrZl71IJUrKHyCWEb-31" style="edgeStyle=orthogonalEdgeStyle;rounded=0;orthogonalLoop=1;jettySize=auto;html=1;" target="5M5MrZl71IJUrKHyCWEb-32" value="">
          <mxGeometry relative="1" as="geometry" />
        </mxCell>
        <mxCell id="5M5MrZl71IJUrKHyCWEb-31" parent="5M5MrZl71IJUrKHyCWEb-28" style="shape=document;whiteSpace=wrap;html=1;boundedLbl=1;" value="SR" vertex="1">
          <mxGeometry height="60" width="100" x="50" y="800" as="geometry" />
        </mxCell>
        <mxCell id="5M5MrZl71IJUrKHyCWEb-32" parent="5M5MrZl71IJUrKHyCWEb-28" style="strokeWidth=1;html=1;shape=mxgraph.flowchart.terminator;whiteSpace=wrap;fontSize=10;align=center;horizontal=1;spacing=0;" value="end" vertex="1">
          <mxGeometry height="50" width="80" x="60" y="920" as="geometry" />
        </mxCell>
        <mxCell id="5M5MrZl71IJUrKHyCWEb-33" edge="1" parent="5M5MrZl71IJUrKHyCWEb-28" source="5M5MrZl71IJUrKHyCWEb-29" style="edgeStyle=orthogonalEdgeStyle;rounded=0;orthogonalLoop=1;jettySize=auto;html=1;" target="5M5MrZl71IJUrKHyCWEb-31" value="">
          <mxGeometry relative="1" as="geometry" />
        </mxCell>
        <mxCell id="5M5MrZl71IJUrKHyCWEb-34" connectable="0" parent="5M5MrZl71IJUrKHyCWEb-33" style="edgeLabel;html=1;align=center;verticalAlign=middle;resizable=0;points=[];" value="&lt;font style=&quot;font-size: 10px;&quot;&gt;Ya&lt;/font&gt;" vertex="1">
          <mxGeometry relative="1" x="-0.479" y="1" as="geometry">
            <mxPoint x="-6" y="1" as="offset" />
          </mxGeometry>
        </mxCell>
        <mxCell id="5M5MrZl71IJUrKHyCWEb-35" edge="1" parent="5M5MrZl71IJUrKHyCWEb-1" source="5M5MrZl71IJUrKHyCWEb-22" style="edgeStyle=orthogonalEdgeStyle;rounded=0;orthogonalLoop=1;jettySize=auto;html=1;jumpStyle=arc;" target="5M5MrZl71IJUrKHyCWEb-32">
          <mxGeometry relative="1" as="geometry">
            <Array as="points">
              <mxPoint x="222" y="965" />
            </Array>
          </mxGeometry>
        </mxCell>
        <mxCell id="5M5MrZl71IJUrKHyCWEb-36" connectable="0" parent="5M5MrZl71IJUrKHyCWEb-35" style="edgeLabel;html=1;align=center;verticalAlign=middle;resizable=0;points=[];" value="&lt;font style=&quot;font-size: 10px;&quot;&gt;Ya&lt;/font&gt;" vertex="1">
          <mxGeometry relative="1" x="-0.9101" y="-1" as="geometry">
            <mxPoint as="offset" />
          </mxGeometry>
        </mxCell>
        <mxCell id="5M5MrZl71IJUrKHyCWEb-37" edge="1" parent="5M5MrZl71IJUrKHyCWEb-1" source="5M5MrZl71IJUrKHyCWEb-25" style="edgeStyle=orthogonalEdgeStyle;rounded=0;orthogonalLoop=1;jettySize=auto;html=1;entryX=0;entryY=0.5;entryDx=0;entryDy=0;entryPerimeter=0;jumpStyle=arc;" target="5M5MrZl71IJUrKHyCWEb-32">
          <mxGeometry relative="1" as="geometry">
            <Array as="points">
              <mxPoint x="20" y="720" />
              <mxPoint x="20" y="965" />
            </Array>
          </mxGeometry>
        </mxCell>
        <mxCell id="5M5MrZl71IJUrKHyCWEb-38" connectable="0" parent="5M5MrZl71IJUrKHyCWEb-37" style="edgeLabel;html=1;align=center;verticalAlign=middle;resizable=0;points=[];" value="Ya" vertex="1">
          <mxGeometry relative="1" x="-0.9591" y="-1" as="geometry">
            <mxPoint x="-15" y="21" as="offset" />
          </mxGeometry>
        </mxCell>
        <mxCell id="5M5MrZl71IJUrKHyCWEb-39" edge="1" parent="5M5MrZl71IJUrKHyCWEb-1" source="5M5MrZl71IJUrKHyCWEb-29" style="edgeStyle=orthogonalEdgeStyle;rounded=0;orthogonalLoop=1;jettySize=auto;html=1;jumpStyle=arc;entryX=1;entryY=0.5;entryDx=0;entryDy=0;" target="5M5MrZl71IJUrKHyCWEb-25">
          <mxGeometry relative="1" as="geometry">
            <Array as="points">
              <mxPoint x="280" y="850" />
              <mxPoint x="280" y="720" />
            </Array>
            <mxPoint x="260" y="770" as="targetPoint" />
          </mxGeometry>
        </mxCell>
        <mxCell id="5M5MrZl71IJUrKHyCWEb-40" connectable="0" parent="5M5MrZl71IJUrKHyCWEb-39" style="edgeLabel;html=1;align=center;verticalAlign=middle;resizable=0;points=[];" value="&lt;font style=&quot;font-size: 10px;&quot;&gt;Tidak&lt;/font&gt;" vertex="1">
          <mxGeometry relative="1" x="-0.7459" as="geometry">
            <mxPoint x="18" as="offset" />
          </mxGeometry>
        </mxCell>
        <mxCell id="5M5MrZl71IJUrKHyCWEb-41" edge="1" parent="5M5MrZl71IJUrKHyCWEb-1" source="5M5MrZl71IJUrKHyCWEb-17" style="edgeStyle=orthogonalEdgeStyle;rounded=0;orthogonalLoop=1;jettySize=auto;html=1;entryX=0.5;entryY=0;entryDx=0;entryDy=0;jumpStyle=arc;" target="5M5MrZl71IJUrKHyCWEb-29">
          <mxGeometry relative="1" as="geometry" />
        </mxCell>
        <mxCell id="5M5MrZl71IJUrKHyCWEb-42" edge="1" parent="5M5MrZl71IJUrKHyCWEb-1" source="5M5MrZl71IJUrKHyCWEb-26" style="edgeStyle=orthogonalEdgeStyle;rounded=0;orthogonalLoop=1;jettySize=auto;html=1;entryX=0.5;entryY=1;entryDx=0;entryDy=0;jumpStyle=arc;" target="5M5MrZl71IJUrKHyCWEb-29">
          <mxGeometry relative="1" as="geometry">
            <Array as="points">
              <mxPoint x="102" y="920" />
              <mxPoint x="420" y="920" />
            </Array>
          </mxGeometry>
        </mxCell>
      </root>
    </mxGraphModel>
  </diagram>
  <diagram name="SOP PR" id="-7YdF_Z_4hD_neaPn9do">
    <mxGraphModel dx="849" dy="478" grid="1" gridSize="10" guides="1" tooltips="1" connect="1" arrows="1" fold="1" page="1" pageScale="1" pageWidth="850" pageHeight="1100" math="0" shadow="0">
      <root>
        <mxCell id="0" />
        <mxCell id="1" parent="0" />
        <mxCell id="FgAdxiRBUQnmOL_wIOqZ-3" parent="1" style="swimlane;html=1;childLayout=stackLayout;resizeParent=1;resizeParentMax=0;startSize=20;whiteSpace=wrap;" value="SOP Purchase Requisition" vertex="1">
          <mxGeometry height="830" width="690" x="610" y="360" as="geometry">
            <mxRectangle height="30" width="210" x="140" y="110" as="alternateBounds" />
          </mxGeometry>
        </mxCell>
        <mxCell id="FgAdxiRBUQnmOL_wIOqZ-4" parent="FgAdxiRBUQnmOL_wIOqZ-3" style="swimlane;html=1;startSize=20;" value="Staff Inventory" vertex="1">
          <mxGeometry height="810" width="290" y="20" as="geometry" />
        </mxCell>
        <mxCell id="FgAdxiRBUQnmOL_wIOqZ-5" parent="FgAdxiRBUQnmOL_wIOqZ-4" style="strokeWidth=1;html=1;shape=mxgraph.flowchart.terminator;whiteSpace=wrap;fontSize=10;align=center;horizontal=1;spacing=0;" value="start" vertex="1">
          <mxGeometry height="50" width="80" x="50" y="40" as="geometry" />
        </mxCell>
        <mxCell id="FgAdxiRBUQnmOL_wIOqZ-6" parent="FgAdxiRBUQnmOL_wIOqZ-4" style="rounded=0;whiteSpace=wrap;html=1;absoluteArcSize=1;arcSize=7;strokeWidth=1;fontSize=10;" value="mengecek stok&lt;div&gt;barang&lt;/div&gt;" vertex="1">
          <mxGeometry height="50" width="120" x="30" y="120" as="geometry" />
        </mxCell>
        <mxCell id="FgAdxiRBUQnmOL_wIOqZ-7" edge="1" parent="FgAdxiRBUQnmOL_wIOqZ-4" source="FgAdxiRBUQnmOL_wIOqZ-6" style="edgeStyle=orthogonalEdgeStyle;rounded=0;orthogonalLoop=1;jettySize=auto;html=1;" value="">
          <mxGeometry relative="1" as="geometry">
            <mxPoint x="90" y="200" as="targetPoint" />
          </mxGeometry>
        </mxCell>
        <mxCell id="FgAdxiRBUQnmOL_wIOqZ-8" edge="1" parent="FgAdxiRBUQnmOL_wIOqZ-4" source="FgAdxiRBUQnmOL_wIOqZ-5" style="edgeStyle=orthogonalEdgeStyle;rounded=0;orthogonalLoop=1;jettySize=auto;html=1;" target="FgAdxiRBUQnmOL_wIOqZ-6" value="">
          <mxGeometry relative="1" as="geometry" />
        </mxCell>
        <mxCell id="FgAdxiRBUQnmOL_wIOqZ-9" edge="1" parent="FgAdxiRBUQnmOL_wIOqZ-4" source="FgAdxiRBUQnmOL_wIOqZ-10" style="edgeStyle=orthogonalEdgeStyle;rounded=0;orthogonalLoop=1;jettySize=auto;html=1;" value="">
          <mxGeometry relative="1" as="geometry">
            <mxPoint x="90.02564102564111" y="330" as="targetPoint" />
          </mxGeometry>
        </mxCell>
        <mxCell id="FgAdxiRBUQnmOL_wIOqZ-10" parent="FgAdxiRBUQnmOL_wIOqZ-4" style="rhombus;whiteSpace=wrap;html=1;fontSize=10;" value="perlu&lt;div&gt;pengadaan?&lt;/div&gt;" vertex="1">
          <mxGeometry height="100" width="100" x="40" y="200" as="geometry" />
        </mxCell>
        <mxCell id="FgAdxiRBUQnmOL_wIOqZ-11" edge="1" parent="FgAdxiRBUQnmOL_wIOqZ-4" source="FgAdxiRBUQnmOL_wIOqZ-15" style="edgeStyle=orthogonalEdgeStyle;rounded=0;orthogonalLoop=1;jettySize=auto;html=1;" target="FgAdxiRBUQnmOL_wIOqZ-14" value="">
          <mxGeometry relative="1" as="geometry">
            <Array as="points" />
            <mxPoint x="90" y="380" as="sourcePoint" />
          </mxGeometry>
        </mxCell>
        <mxCell id="FgAdxiRBUQnmOL_wIOqZ-12" edge="1" parent="FgAdxiRBUQnmOL_wIOqZ-4" source="FgAdxiRBUQnmOL_wIOqZ-14" style="edgeStyle=orthogonalEdgeStyle;rounded=0;orthogonalLoop=1;jettySize=auto;html=1;" target="FgAdxiRBUQnmOL_wIOqZ-6">
          <mxGeometry relative="1" as="geometry">
            <Array as="points">
              <mxPoint x="10" y="470" />
              <mxPoint x="10" y="150" />
            </Array>
            <mxPoint x="90" y="110" as="targetPoint" />
          </mxGeometry>
        </mxCell>
        <mxCell id="FgAdxiRBUQnmOL_wIOqZ-13" edge="1" parent="FgAdxiRBUQnmOL_wIOqZ-4" source="FgAdxiRBUQnmOL_wIOqZ-14" style="edgeStyle=orthogonalEdgeStyle;rounded=0;orthogonalLoop=1;jettySize=auto;html=1;" value="">
          <mxGeometry relative="1" as="geometry">
            <mxPoint x="90" y="550" as="targetPoint" />
          </mxGeometry>
        </mxCell>
        <mxCell id="FgAdxiRBUQnmOL_wIOqZ-14" parent="FgAdxiRBUQnmOL_wIOqZ-4" style="rhombus;whiteSpace=wrap;html=1;fontSize=10;" value="tambah item&lt;div&gt;lainnya?&lt;/div&gt;" vertex="1">
          <mxGeometry height="100" width="100" x="40" y="420" as="geometry" />
        </mxCell>
        <mxCell id="FgAdxiRBUQnmOL_wIOqZ-15" parent="FgAdxiRBUQnmOL_wIOqZ-4" style="shape=parallelogram;perimeter=parallelogramPerimeter;whiteSpace=wrap;html=1;fixedSize=1;" value="&lt;div style=&quot;font-size: 10px;&quot;&gt;&lt;font style=&quot;font-size: 10px;&quot;&gt;input&lt;/font&gt;&lt;/div&gt;&lt;div style=&quot;font-size: 10px;&quot;&gt;&lt;font style=&quot;font-size: 10px;&quot;&gt;item PR&lt;/font&gt;&lt;/div&gt;" vertex="1">
          <mxGeometry height="50" width="120" x="30" y="330" as="geometry" />
        </mxCell>
        <mxCell id="FgAdxiRBUQnmOL_wIOqZ-16" parent="FgAdxiRBUQnmOL_wIOqZ-4" style="shape=document;whiteSpace=wrap;html=1;boundedLbl=1;" value="&lt;font style=&quot;font-size: 10px;&quot;&gt;draft PR&lt;/font&gt;" vertex="1">
          <mxGeometry height="60" width="100" x="40" y="550" as="geometry" />
        </mxCell>
        <mxCell id="FgAdxiRBUQnmOL_wIOqZ-17" edge="1" parent="FgAdxiRBUQnmOL_wIOqZ-4" source="FgAdxiRBUQnmOL_wIOqZ-18" style="edgeStyle=orthogonalEdgeStyle;rounded=0;orthogonalLoop=1;jettySize=auto;html=1;" target="FgAdxiRBUQnmOL_wIOqZ-16" value="">
          <mxGeometry relative="1" as="geometry" />
        </mxCell>
        <mxCell id="FgAdxiRBUQnmOL_wIOqZ-18" parent="FgAdxiRBUQnmOL_wIOqZ-4" style="shape=parallelogram;perimeter=parallelogramPerimeter;whiteSpace=wrap;html=1;fixedSize=1;" value="&lt;span style=&quot;font-size: 10px;&quot;&gt;edit draft&lt;/span&gt;" vertex="1">
          <mxGeometry height="50" width="120" x="30" y="645" as="geometry" />
        </mxCell>
        <mxCell id="FgAdxiRBUQnmOL_wIOqZ-19" edge="1" parent="FgAdxiRBUQnmOL_wIOqZ-4" source="FgAdxiRBUQnmOL_wIOqZ-10" style="edgeStyle=orthogonalEdgeStyle;rounded=0;orthogonalLoop=1;jettySize=auto;html=1;" target="FgAdxiRBUQnmOL_wIOqZ-21">
          <mxGeometry relative="1" as="geometry">
            <Array as="points">
              <mxPoint x="210" y="250" />
            </Array>
          </mxGeometry>
        </mxCell>
        <mxCell id="FgAdxiRBUQnmOL_wIOqZ-20" edge="1" parent="FgAdxiRBUQnmOL_wIOqZ-4" source="FgAdxiRBUQnmOL_wIOqZ-21" style="edgeStyle=orthogonalEdgeStyle;rounded=0;orthogonalLoop=1;jettySize=auto;html=1;" target="FgAdxiRBUQnmOL_wIOqZ-6">
          <mxGeometry relative="1" as="geometry">
            <Array as="points">
              <mxPoint x="280" y="355" />
              <mxPoint x="280" y="145" />
            </Array>
          </mxGeometry>
        </mxCell>
        <mxCell id="FgAdxiRBUQnmOL_wIOqZ-21" parent="FgAdxiRBUQnmOL_wIOqZ-4" style="rhombus;whiteSpace=wrap;html=1;fontSize=10;" value="batalkan&lt;div&gt;pengadaan?&lt;/div&gt;" vertex="1">
          <mxGeometry height="100" width="100" x="160" y="305" as="geometry" />
        </mxCell>
        <mxCell id="FgAdxiRBUQnmOL_wIOqZ-22" parent="FgAdxiRBUQnmOL_wIOqZ-4" style="text;html=1;align=center;verticalAlign=middle;whiteSpace=wrap;rounded=0;" value="&lt;font style=&quot;font-size: 10px;&quot;&gt;tidak&lt;/font&gt;" vertex="1">
          <mxGeometry height="30" width="60" x="120" y="228" as="geometry" />
        </mxCell>
        <mxCell id="FgAdxiRBUQnmOL_wIOqZ-23" parent="FgAdxiRBUQnmOL_wIOqZ-4" style="text;html=1;align=center;verticalAlign=middle;whiteSpace=wrap;rounded=0;" value="&lt;font style=&quot;font-size: 10px;&quot;&gt;ya&lt;/font&gt;" vertex="1">
          <mxGeometry height="30" width="60" x="70" y="290" as="geometry" />
        </mxCell>
        <mxCell id="FgAdxiRBUQnmOL_wIOqZ-24" parent="FgAdxiRBUQnmOL_wIOqZ-4" style="text;html=1;align=center;verticalAlign=middle;whiteSpace=wrap;rounded=0;" value="&lt;font style=&quot;font-size: 10px;&quot;&gt;tidak&lt;/font&gt;" vertex="1">
          <mxGeometry height="30" width="60" x="237" y="330" as="geometry" />
        </mxCell>
        <mxCell id="FgAdxiRBUQnmOL_wIOqZ-25" parent="FgAdxiRBUQnmOL_wIOqZ-4" style="text;html=1;align=center;verticalAlign=middle;whiteSpace=wrap;rounded=0;" value="&lt;font style=&quot;font-size: 10px;&quot;&gt;ya&lt;/font&gt;" vertex="1">
          <mxGeometry height="30" width="60" x="190" y="390" as="geometry" />
        </mxCell>
        <mxCell id="FgAdxiRBUQnmOL_wIOqZ-26" parent="FgAdxiRBUQnmOL_wIOqZ-4" style="text;html=1;align=center;verticalAlign=middle;whiteSpace=wrap;rounded=0;" value="&lt;font style=&quot;font-size: 10px;&quot;&gt;tidak&lt;/font&gt;" vertex="1">
          <mxGeometry height="30" width="60" x="80" y="510" as="geometry" />
        </mxCell>
        <mxCell id="FgAdxiRBUQnmOL_wIOqZ-27" parent="FgAdxiRBUQnmOL_wIOqZ-4" style="text;html=1;align=center;verticalAlign=middle;whiteSpace=wrap;rounded=0;" value="&lt;font style=&quot;font-size: 10px;&quot;&gt;ya&lt;/font&gt;" vertex="1">
          <mxGeometry height="30" width="60" y="440" as="geometry" />
        </mxCell>
        <mxCell id="FgAdxiRBUQnmOL_wIOqZ-28" parent="FgAdxiRBUQnmOL_wIOqZ-3" style="swimlane;html=1;startSize=20;" value="Kepala Inventory" vertex="1">
          <mxGeometry height="810" width="200" x="290" y="20" as="geometry" />
        </mxCell>
        <mxCell id="FgAdxiRBUQnmOL_wIOqZ-29" parent="FgAdxiRBUQnmOL_wIOqZ-28" style="rhombus;whiteSpace=wrap;html=1;fontSize=10;" value="draft PR&lt;div&gt;disetujui?&lt;/div&gt;" vertex="1">
          <mxGeometry height="100" width="100" x="50" y="620" as="geometry" />
        </mxCell>
        <mxCell id="FgAdxiRBUQnmOL_wIOqZ-30" parent="FgAdxiRBUQnmOL_wIOqZ-28" style="text;html=1;align=center;verticalAlign=middle;whiteSpace=wrap;rounded=0;" value="&lt;font style=&quot;font-size: 10px;&quot;&gt;tidak&lt;/font&gt;" vertex="1">
          <mxGeometry height="30" width="60" x="10" y="640" as="geometry" />
        </mxCell>
        <mxCell id="FgAdxiRBUQnmOL_wIOqZ-31" parent="FgAdxiRBUQnmOL_wIOqZ-28" style="text;html=1;align=center;verticalAlign=middle;whiteSpace=wrap;rounded=0;" value="&lt;font style=&quot;font-size: 10px;&quot;&gt;ya&lt;/font&gt;" vertex="1">
          <mxGeometry height="30" width="60" x="130" y="640" as="geometry" />
        </mxCell>
        <mxCell id="FgAdxiRBUQnmOL_wIOqZ-32" parent="FgAdxiRBUQnmOL_wIOqZ-3" style="swimlane;html=1;startSize=20;" value="Staff Purchasing" vertex="1">
          <mxGeometry height="810" width="200" x="490" y="20" as="geometry">
            <mxRectangle height="810" width="40" x="490" y="20" as="alternateBounds" />
          </mxGeometry>
        </mxCell>
        <mxCell id="FgAdxiRBUQnmOL_wIOqZ-33" edge="1" parent="FgAdxiRBUQnmOL_wIOqZ-32" source="FgAdxiRBUQnmOL_wIOqZ-34" style="edgeStyle=orthogonalEdgeStyle;rounded=0;orthogonalLoop=1;jettySize=auto;html=1;" target="FgAdxiRBUQnmOL_wIOqZ-35" value="">
          <mxGeometry relative="1" as="geometry" />
        </mxCell>
        <mxCell id="FgAdxiRBUQnmOL_wIOqZ-34" parent="FgAdxiRBUQnmOL_wIOqZ-32" style="shape=document;whiteSpace=wrap;html=1;boundedLbl=1;" value="PR" vertex="1">
          <mxGeometry height="60" width="100" x="50" y="640" as="geometry" />
        </mxCell>
        <mxCell id="FgAdxiRBUQnmOL_wIOqZ-35" parent="FgAdxiRBUQnmOL_wIOqZ-32" style="strokeWidth=1;html=1;shape=mxgraph.flowchart.terminator;whiteSpace=wrap;fontSize=10;align=center;horizontal=1;spacing=0;" value="end" vertex="1">
          <mxGeometry height="50" width="80" x="60" y="730" as="geometry" />
        </mxCell>
        <mxCell id="FgAdxiRBUQnmOL_wIOqZ-36" edge="1" parent="FgAdxiRBUQnmOL_wIOqZ-3" source="FgAdxiRBUQnmOL_wIOqZ-16" style="edgeStyle=orthogonalEdgeStyle;rounded=0;orthogonalLoop=1;jettySize=auto;html=1;" target="FgAdxiRBUQnmOL_wIOqZ-29">
          <mxGeometry relative="1" as="geometry" />
        </mxCell>
        <mxCell id="FgAdxiRBUQnmOL_wIOqZ-37" edge="1" parent="FgAdxiRBUQnmOL_wIOqZ-3" source="FgAdxiRBUQnmOL_wIOqZ-29" style="edgeStyle=orthogonalEdgeStyle;rounded=0;orthogonalLoop=1;jettySize=auto;html=1;" target="FgAdxiRBUQnmOL_wIOqZ-34" value="">
          <mxGeometry relative="1" as="geometry" />
        </mxCell>
        <mxCell id="FgAdxiRBUQnmOL_wIOqZ-38" edge="1" parent="FgAdxiRBUQnmOL_wIOqZ-3" source="FgAdxiRBUQnmOL_wIOqZ-29" style="edgeStyle=orthogonalEdgeStyle;rounded=0;orthogonalLoop=1;jettySize=auto;html=1;" target="FgAdxiRBUQnmOL_wIOqZ-18">
          <mxGeometry relative="1" as="geometry">
            <Array as="points" />
            <mxPoint x="100" y="690" as="targetPoint" />
          </mxGeometry>
        </mxCell>
        <mxCell id="FgAdxiRBUQnmOL_wIOqZ-39" edge="1" parent="FgAdxiRBUQnmOL_wIOqZ-3" source="FgAdxiRBUQnmOL_wIOqZ-21" style="edgeStyle=orthogonalEdgeStyle;rounded=0;orthogonalLoop=1;jettySize=auto;html=1;jumpStyle=arc;" target="FgAdxiRBUQnmOL_wIOqZ-35">
          <mxGeometry relative="1" as="geometry">
            <Array as="points">
              <mxPoint x="210" y="780" />
            </Array>
          </mxGeometry>
        </mxCell>
      </root>
    </mxGraphModel>
  </diagram>
</mxfile>
